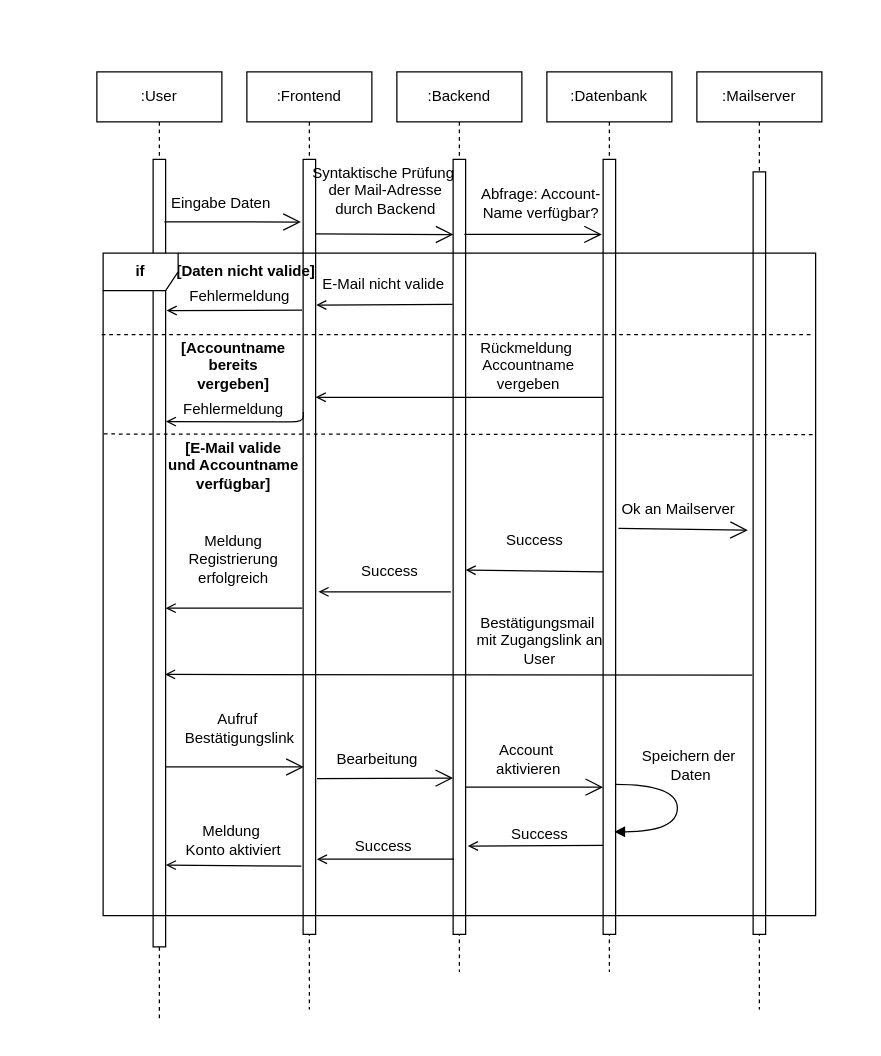
Earlier version of the draw.io diagram doc/UML_Diagramme/Sequenzdiagramm Registrierung.drawio (QtSwabianGirl/d6). Source tidied: cells renumbered, new cells numbered last; positions are measured from the earlier drawing's top-left corner, leaving out a move shared by most shapes. Both pictures are drawn from the tidied source at 125%, with x=0, y=0 at pixel (96, 71).
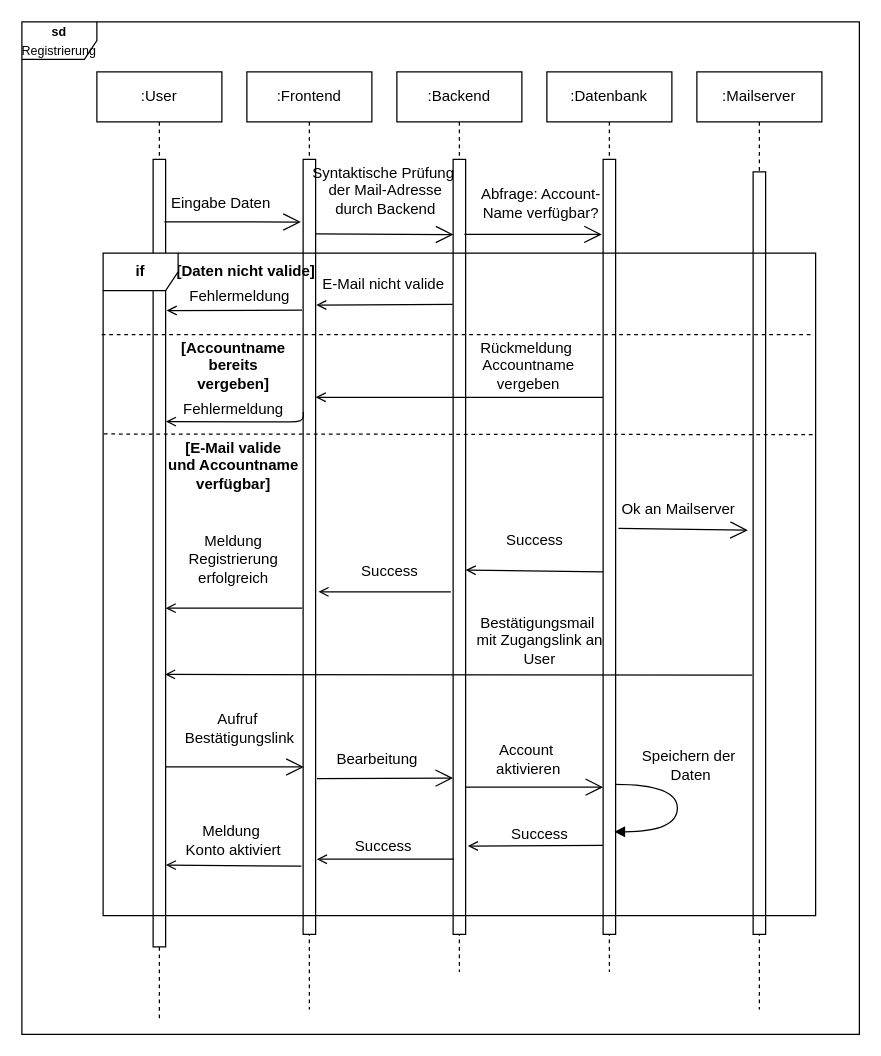
Above is the later version.

What changed in the source:
```diff
@@
+    <mxCell id="56" value="&lt;font style=&quot;font-size: 10px&quot;&gt;&lt;b&gt;sd&lt;/b&gt; Registrierung&lt;/font&gt;" style="shape=umlFrame;whiteSpace=wrap;html=1;" parent="1" vertex="1">
+      <mxGeometry x="-60" y="-40" width="670" height="810" as="geometry" />
+    </mxCell>
```
